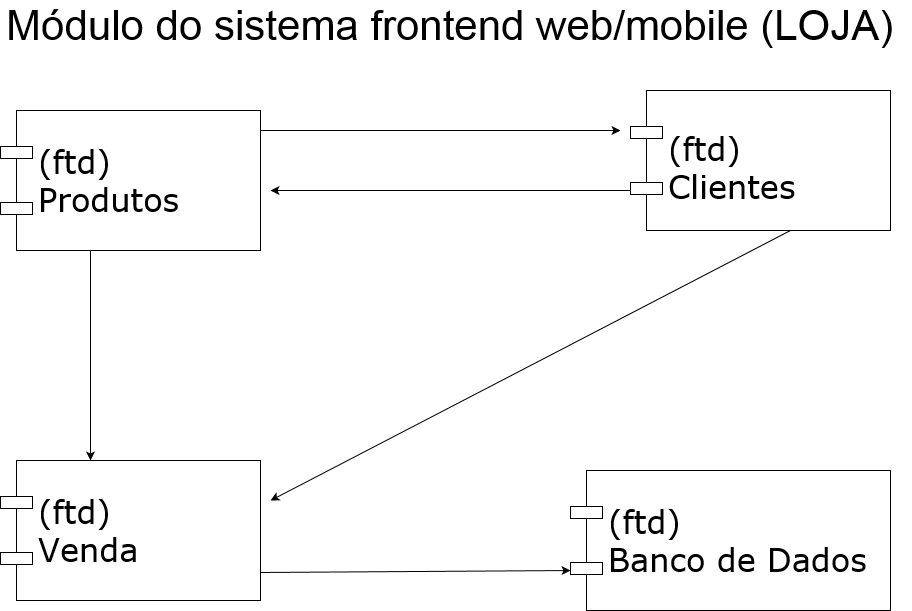
The draw.io diagram arquitetura e projeto/arquitetura/módulos/módulo com componentes loja/módulo front-loja.png in Leozin89python/store-engine-project, before a commit. Source tidied: cells renumbered, new cells last; positions are measured from the earlier drawing's top-left corner, leaving out a move shared by most shapes. Its diagram source:
```xml
<mxGraphModel background="#ffffff">
  <root>
    <mxCell id="0" />
    <mxCell id="1" parent="0" />
    <mxCell id="2" value="&lt;font style=&quot;font-size: 42px&quot;&gt;&lt;font style=&quot;font-size: 42px&quot;&gt;&lt;font style=&quot;font-size: 42px&quot;&gt;Módulo do sistema &lt;/font&gt;&lt;/font&gt;frontend web/mobile (LOJA)&amp;nbsp; &lt;br&gt;&lt;/font&gt;" style="text;html=1;align=center;verticalAlign=middle;strokeColor=none;" parent="1" vertex="1">
      <mxGeometry width="910" height="30" as="geometry" />
    </mxCell>
    <mxCell id="3" value="&lt;div&gt;&lt;font style=&quot;font-size: 32px&quot;&gt;(ftd)&lt;/font&gt;&lt;/div&gt;&lt;div&gt;&lt;font style=&quot;font-size: 32px&quot;&gt;Produtos&lt;/font&gt;&lt;/div&gt;" style="shape=component;align=left;spacingLeft=36;rounded=0;shadow=0;comic=0;labelBackgroundColor=none;strokeWidth=1;fontFamily=Verdana;fontSize=12;html=1;" parent="1" vertex="1">
      <mxGeometry y="100" width="260" height="140" as="geometry" />
    </mxCell>
    <mxCell id="4" value="&lt;div&gt;&lt;br&gt;&lt;/div&gt;&lt;div&gt;&lt;font style=&quot;font-size: 32px&quot;&gt;(ftd)&lt;/font&gt;&lt;br&gt;&lt;/div&gt;&lt;div&gt;&lt;font style=&quot;font-size: 32px&quot;&gt;Clientes&lt;/font&gt;&lt;/div&gt;" style="shape=component;align=left;spacingLeft=36;rounded=0;shadow=0;comic=0;labelBackgroundColor=none;strokeWidth=1;fontFamily=Verdana;fontSize=12;html=1;" parent="1" vertex="1">
      <mxGeometry x="630" y="80" width="260" height="140" as="geometry" />
    </mxCell>
    <mxCell id="5" value="&lt;div style=&quot;font-size: 32px&quot;&gt;(&lt;font style=&quot;font-size: 32px&quot;&gt;ftd&lt;/font&gt;)&lt;/div&gt;&lt;div style=&quot;font-size: 32px&quot;&gt;&lt;font style=&quot;font-size: 32px&quot;&gt;Venda&lt;/font&gt;&lt;br&gt;&lt;/div&gt;" style="shape=component;align=left;spacingLeft=36;rounded=0;shadow=0;comic=0;labelBackgroundColor=none;strokeWidth=1;fontFamily=Verdana;fontSize=12;html=1;" parent="1" vertex="1">
      <mxGeometry y="450" width="260" height="140" as="geometry" />
    </mxCell>
    <mxCell id="6" value="&lt;div style=&quot;font-size: 32px&quot;&gt;(&lt;font style=&quot;font-size: 32px&quot;&gt;ftd&lt;/font&gt;)&lt;/div&gt;&lt;div style=&quot;font-size: 32px&quot;&gt;&lt;font style=&quot;font-size: 32px&quot;&gt;Banco de Dados&lt;/font&gt;&lt;br&gt;&lt;/div&gt;" style="shape=component;align=left;spacingLeft=36;rounded=0;shadow=0;comic=0;labelBackgroundColor=none;strokeWidth=1;fontFamily=Verdana;fontSize=12;html=1;" parent="1" vertex="1">
      <mxGeometry x="570" y="460" width="320" height="140" as="geometry" />
    </mxCell>
    <mxCell id="7" style="endArrow=classic;html=1;exitX=0.615;exitY=1;exitDx=0;exitDy=0;exitPerimeter=0;" parent="1" edge="1" source="4">
      <mxGeometry relative="1" as="geometry">
        <mxPoint x="270" y="490" as="targetPoint" />
      </mxGeometry>
    </mxCell>
    <mxCell id="8" style="endArrow=classic;html=1;entryX=0.346;entryY=0;entryDx=0;entryDy=0;entryPerimeter=0;" parent="1" edge="1" target="5">
      <mxGeometry relative="1" as="geometry">
        <mxPoint x="90" y="240" as="sourcePoint" />
      </mxGeometry>
    </mxCell>
    <mxCell id="9" style="endArrow=classic;html=1;" parent="1" edge="1">
      <mxGeometry relative="1" as="geometry">
        <mxPoint x="260" y="562" as="sourcePoint" />
        <mxPoint x="570" y="560" as="targetPoint" />
      </mxGeometry>
    </mxCell>
    <mxCell id="10" style="endArrow=classic;html=1;" parent="1" edge="1">
      <mxGeometry relative="1" as="geometry">
        <mxPoint x="260" y="120" as="sourcePoint" />
        <mxPoint x="620" y="120" as="targetPoint" />
      </mxGeometry>
    </mxCell>
    <mxCell id="11" style="endArrow=classic;html=1;" parent="1" edge="1">
      <mxGeometry relative="1" as="geometry">
        <mxPoint x="630" y="180" as="sourcePoint" />
        <mxPoint x="270" y="180" as="targetPoint" />
      </mxGeometry>
    </mxCell>
  </root>
</mxGraphModel>
```
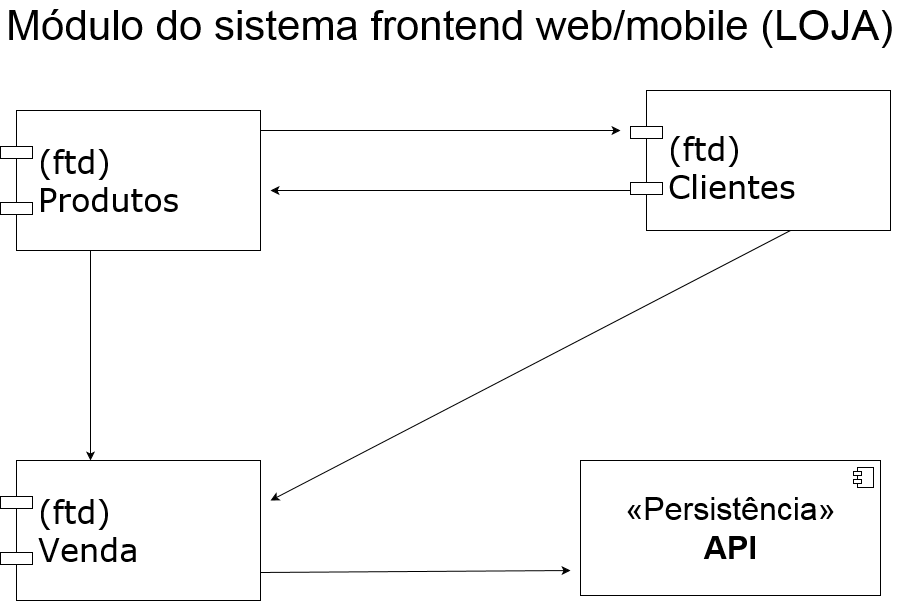
The same file after the commit.

Commit message:
store-project-api-version~1.1.19

What changed in the source:
```diff
@@ -14,9 +14,6 @@
     <mxCell id="5" value="&lt;div style=&quot;font-size: 32px&quot;&gt;(&lt;font style=&quot;font-size: 32px&quot;&gt;ftd&lt;/font&gt;)&lt;/div&gt;&lt;div style=&quot;font-size: 32px&quot;&gt;&lt;font style=&quot;font-size: 32px&quot;&gt;Venda&lt;/font&gt;&lt;br&gt;&lt;/div&gt;" style="shape=component;align=left;spacingLeft=36;rounded=0;shadow=0;comic=0;labelBackgroundColor=none;strokeWidth=1;fontFamily=Verdana;fontSize=12;html=1;" parent="1" vertex="1">
       <mxGeometry y="450" width="260" height="140" as="geometry" />
     </mxCell>
-    <mxCell id="6" value="&lt;div style=&quot;font-size: 32px&quot;&gt;(&lt;font style=&quot;font-size: 32px&quot;&gt;ftd&lt;/font&gt;)&lt;/div&gt;&lt;div style=&quot;font-size: 32px&quot;&gt;&lt;font style=&quot;font-size: 32px&quot;&gt;Banco de Dados&lt;/font&gt;&lt;br&gt;&lt;/div&gt;" style="shape=component;align=left;spacingLeft=36;rounded=0;shadow=0;comic=0;labelBackgroundColor=none;strokeWidth=1;fontFamily=Verdana;fontSize=12;html=1;" parent="1" vertex="1">
-      <mxGeometry x="570" y="460" width="320" height="140" as="geometry" />
-    </mxCell>
     <mxCell id="7" style="endArrow=classic;html=1;exitX=0.615;exitY=1;exitDx=0;exitDy=0;exitPerimeter=0;" parent="1" edge="1" source="4">
       <mxGeometry relative="1" as="geometry">
         <mxPoint x="270" y="490" as="targetPoint" />
@@ -45,5 +42,13 @@
         <mxPoint x="270" y="180" as="targetPoint" />
       </mxGeometry>
     </mxCell>
+    <mxCell id="12" value="&lt;font style=&quot;font-size: 32px&quot;&gt;«Persistência»&lt;br&gt;&lt;b&gt;API&lt;/b&gt;&lt;/font&gt;" style="html=1;" parent="1" vertex="1">
+      <mxGeometry x="580" y="450" width="300" height="135" as="geometry" />
+    </mxCell>
+    <mxCell id="13" style="shape=module;jettyWidth=8;jettyHeight=4;" parent="12" vertex="1">
+      <mxGeometry x="1" width="20" height="20" relative="1" as="geometry">
+        <mxPoint x="-27" y="7" as="offset" />
+      </mxGeometry>
+    </mxCell>
   </root>
 </mxGraphModel>
```
